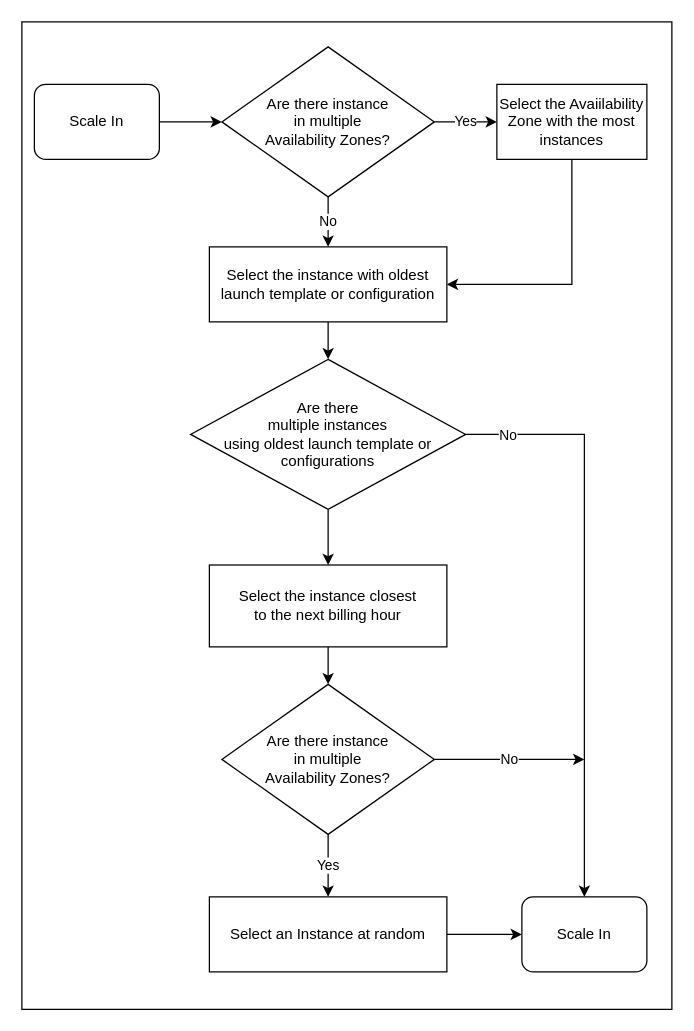
The draw.io diagram aws-arch/AutoScaling-TerminationPolicy.drawio in kasukur/drawio, before the edit. Source tidied: cells renumbered, new cells numbered last; positions are measured from the earlier drawing's top-left corner, leaving out a move shared by most shapes. Both pictures are drawn from the tidied source at 125%, with x=0, y=0 at pixel (21, 21).
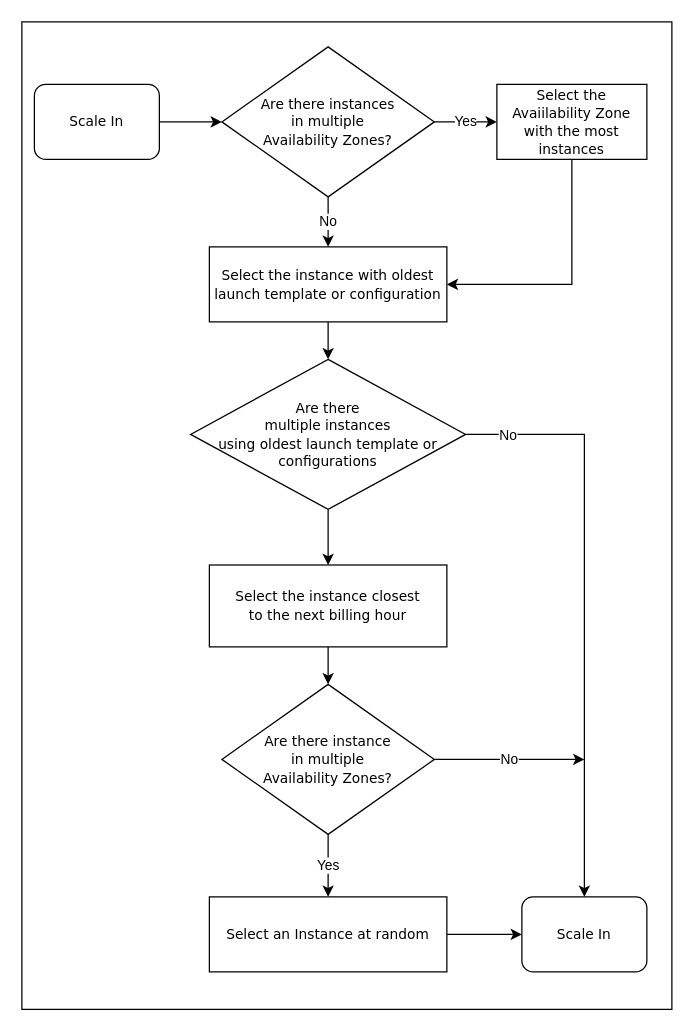
The same diagram, later.

What changed in the source:
```diff
@@
-    <mxCell id="5" value="Are there instance &lt;br&gt;in multiple &lt;br&gt;Availability Zones?" style="rhombus;whiteSpace=wrap;html=1;" parent="1" vertex="1">
+    <mxCell id="5" value="&lt;font face=&quot;Verdana&quot; style=&quot;font-size: 11px&quot;&gt;Are there instances&lt;br&gt;in multiple &lt;br&gt;Availability Zones?&lt;/font&gt;" style="rhombus;whiteSpace=wrap;html=1;" parent="1" vertex="1">
       <mxGeometry x="160" y="20" width="170" height="120" as="geometry" />
     </mxCell>
@@
-    <mxCell id="7" value="Scale In" style="rounded=1;whiteSpace=wrap;html=1;" parent="1" vertex="1">
+    <mxCell id="7" value="&lt;font face=&quot;Verdana&quot; style=&quot;font-size: 11px&quot;&gt;Scale In&lt;/font&gt;" style="rounded=1;whiteSpace=wrap;html=1;" parent="1" vertex="1">
       <mxGeometry x="10" y="50" width="100" height="60" as="geometry" />
     </mxCell>
@@
-    <mxCell id="9" value="Select the Avaiilability Zone with the most instances" style="rounded=0;whiteSpace=wrap;html=1;" parent="1" vertex="1">
+    <mxCell id="9" value="&lt;font face=&quot;Verdana&quot; style=&quot;font-size: 11px&quot;&gt;Select the Avaiilability Zone with the most instances&lt;/font&gt;" style="rounded=0;whiteSpace=wrap;html=1;" parent="1" vertex="1">
       <mxGeometry x="380" y="50" width="120" height="60" as="geometry" />
     </mxCell>
@@
-    <mxCell id="13" value="Are there&lt;br&gt;multiple instances&lt;br&gt;using oldest launch template or configurations" style="rhombus;whiteSpace=wrap;html=1;" parent="1" vertex="1">
+    <mxCell id="13" value="&lt;font face=&quot;Verdana&quot; style=&quot;font-size: 11px&quot;&gt;Are there&lt;br&gt;multiple instances&lt;br&gt;using oldest launch template or configurations&lt;/font&gt;" style="rhombus;whiteSpace=wrap;html=1;" parent="1" vertex="1">
       <mxGeometry x="135" y="270" width="220" height="120" as="geometry" />
     </mxCell>
@@
-    <mxCell id="15" value="Select the instance with oldest launch template or configuration" style="rounded=0;whiteSpace=wrap;html=1;" parent="1" vertex="1">
+    <mxCell id="15" value="&lt;font face=&quot;Verdana&quot; style=&quot;font-size: 11px&quot;&gt;Select the instance with oldest launch template or configuration&lt;/font&gt;" style="rounded=0;whiteSpace=wrap;html=1;" parent="1" vertex="1">
       <mxGeometry x="150" y="180" width="190" height="60" as="geometry" />
     </mxCell>
@@
-    <mxCell id="17" value="Select the instance closest&lt;br&gt;to the next billing hour" style="rounded=0;whiteSpace=wrap;html=1;" parent="1" vertex="1">
+    <mxCell id="17" value="&lt;font face=&quot;Verdana&quot; style=&quot;font-size: 11px&quot;&gt;Select the instance closest&lt;br&gt;to the next billing hour&lt;/font&gt;" style="rounded=0;whiteSpace=wrap;html=1;" parent="1" vertex="1">
       <mxGeometry x="150" y="434.5" width="190" height="65.5" as="geometry" />
     </mxCell>
@@
-    <mxCell id="20" value="Are there instance &lt;br&gt;in multiple &lt;br&gt;Availability Zones?" style="rhombus;whiteSpace=wrap;html=1;" parent="1" vertex="1">
+    <mxCell id="20" value="&lt;font face=&quot;Verdana&quot; style=&quot;font-size: 11px&quot;&gt;Are there instance &lt;br&gt;in multiple &lt;br&gt;Availability Zones?&lt;/font&gt;" style="rhombus;whiteSpace=wrap;html=1;" parent="1" vertex="1">
       <mxGeometry x="160" y="530" width="170" height="120" as="geometry" />
     </mxCell>
@@
-    <mxCell id="22" value="Select an Instance at random" style="rounded=0;whiteSpace=wrap;html=1;" parent="1" vertex="1">
+    <mxCell id="22" value="&lt;font face=&quot;Verdana&quot; style=&quot;font-size: 11px&quot;&gt;Select an Instance at random&lt;/font&gt;" style="rounded=0;whiteSpace=wrap;html=1;" parent="1" vertex="1">
       <mxGeometry x="150" y="700" width="190" height="60" as="geometry" />
     </mxCell>
-    <mxCell id="23" value="Scale In" style="rounded=1;whiteSpace=wrap;html=1;" parent="1" vertex="1">
+    <mxCell id="23" value="&lt;font face=&quot;Verdana&quot; style=&quot;font-size: 11px&quot;&gt;Scale In&lt;/font&gt;" style="rounded=1;whiteSpace=wrap;html=1;" parent="1" vertex="1">
       <mxGeometry x="400" y="700" width="100" height="60" as="geometry" />
     </mxCell>
```
